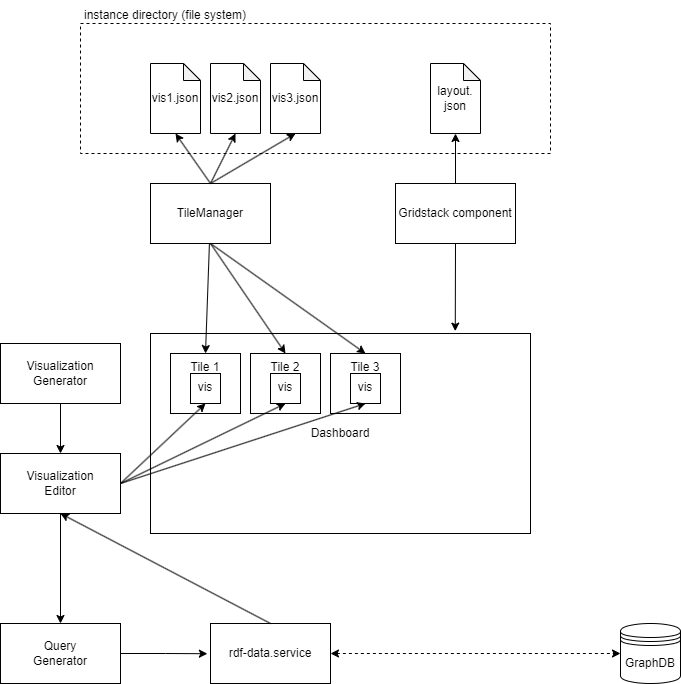
zhzhwei/dashboard keeps this draw.io diagram as doc/images/tla_v2.png. Above is the earlier version. Source tidied: cells renumbered, new cells last; positions are measured from the earlier drawing's top-left corner, leaving out a move shared by most shapes. Source of this version:
```xml
<mxGraphModel>
  <root>
    <mxCell id="0" />
    <mxCell id="1" parent="0" />
    <mxCell id="2" value="Dashboard" style="rounded=0;whiteSpace=wrap;html=1;" parent="1" vertex="1">
      <mxGeometry x="150" y="333" width="380" height="200" as="geometry" />
    </mxCell>
    <mxCell id="3" value="Tile 1" style="rounded=0;whiteSpace=wrap;html=1;verticalAlign=top;" parent="1" vertex="1">
      <mxGeometry x="170" y="353" width="70" height="60" as="geometry" />
    </mxCell>
    <mxCell id="4" value="Tile 2" style="rounded=0;whiteSpace=wrap;html=1;verticalAlign=top;" parent="1" vertex="1">
      <mxGeometry x="250" y="353" width="70" height="60" as="geometry" />
    </mxCell>
    <mxCell id="5" value="Tile 3" style="rounded=0;whiteSpace=wrap;html=1;verticalAlign=top;" parent="1" vertex="1">
      <mxGeometry x="330" y="353" width="70" height="60" as="geometry" />
    </mxCell>
    <mxCell id="6" value="TileManager" style="rounded=0;whiteSpace=wrap;html=1;" parent="1" vertex="1">
      <mxGeometry x="150" y="183" width="120" height="60" as="geometry" />
    </mxCell>
    <mxCell id="7" style="endArrow=classic;html=1;rounded=0;" parent="1" edge="1" source="6">
      <mxGeometry relative="1" as="geometry">
        <mxPoint x="205" y="353" as="targetPoint" />
      </mxGeometry>
    </mxCell>
    <mxCell id="8" style="endArrow=classic;html=1;rounded=0;entryX=0.5;entryY=0;entryDx=0;entryDy=0;exitX=0.5;exitY=1;exitDx=0;exitDy=0;" parent="1" edge="1" source="6" target="4">
      <mxGeometry relative="1" as="geometry" />
    </mxCell>
    <mxCell id="9" style="endArrow=classic;html=1;rounded=0;exitX=0.5;exitY=1;exitDx=0;exitDy=0;entryX=0.5;entryY=0;entryDx=0;entryDy=0;" parent="1" edge="1" source="6" target="5">
      <mxGeometry relative="1" as="geometry" />
    </mxCell>
    <mxCell id="10" value="vis1.json" style="shape=note;whiteSpace=wrap;html=1;backgroundOutline=1;darkOpacity=0.05;size=17;" parent="1" vertex="1">
      <mxGeometry x="150" y="63" width="50" height="70" as="geometry" />
    </mxCell>
    <mxCell id="11" style="rounded=0;whiteSpace=wrap;html=1;fillColor=none;dashed=1;" parent="1" vertex="1">
      <mxGeometry x="80" y="23" width="470" height="130" as="geometry" />
    </mxCell>
    <mxCell id="12" value="vis2.json" style="shape=note;whiteSpace=wrap;html=1;backgroundOutline=1;darkOpacity=0.05;size=17;" parent="1" vertex="1">
      <mxGeometry x="210" y="63" width="50" height="70" as="geometry" />
    </mxCell>
    <mxCell id="13" value="vis3.json" style="shape=note;whiteSpace=wrap;html=1;backgroundOutline=1;darkOpacity=0.05;size=17;" parent="1" vertex="1">
      <mxGeometry x="270" y="63" width="50" height="70" as="geometry" />
    </mxCell>
    <mxCell id="14" style="endArrow=classic;html=1;rounded=0;entryX=0.5;entryY=1;entryDx=0;entryDy=0;exitX=0.5;exitY=0;exitDx=0;exitDy=0;entryPerimeter=0;" parent="1" edge="1" source="6" target="10">
      <mxGeometry relative="1" as="geometry" />
    </mxCell>
    <mxCell id="15" style="endArrow=classic;html=1;rounded=0;entryX=0.5;entryY=1;entryDx=0;entryDy=0;entryPerimeter=0;exitX=0.5;exitY=0;exitDx=0;exitDy=0;" parent="1" edge="1" source="6" target="12">
      <mxGeometry relative="1" as="geometry" />
    </mxCell>
    <mxCell id="16" style="endArrow=classic;html=1;rounded=0;entryX=0.5;entryY=1;entryDx=0;entryDy=0;exitX=0.5;exitY=0;exitDx=0;exitDy=0;entryPerimeter=0;" parent="1" edge="1" source="6" target="13">
      <mxGeometry relative="1" as="geometry" />
    </mxCell>
    <mxCell id="17" value="instance directory (file system)" style="text;html=1;strokeColor=none;fillColor=none;align=center;verticalAlign=middle;whiteSpace=wrap;rounded=0;dashed=1;" parent="1" vertex="1">
      <mxGeometry x="70" width="190" height="30" as="geometry" />
    </mxCell>
    <mxCell id="18" value="layout.&lt;br&gt;json" style="shape=note;whiteSpace=wrap;html=1;backgroundOutline=1;darkOpacity=0.05;size=17;" parent="1" vertex="1">
      <mxGeometry x="430" y="63" width="50" height="70" as="geometry" />
    </mxCell>
    <mxCell id="19" value="Gridstack component" style="rounded=0;whiteSpace=wrap;html=1;fillColor=default;" parent="1" vertex="1">
      <mxGeometry x="395" y="183" width="120" height="60" as="geometry" />
    </mxCell>
    <mxCell id="20" style="endArrow=classic;html=1;rounded=0;entryX=0.5;entryY=1;entryDx=0;entryDy=0;entryPerimeter=0;exitX=0.5;exitY=0;exitDx=0;exitDy=0;" parent="1" edge="1" source="19" target="18">
      <mxGeometry relative="1" as="geometry" />
    </mxCell>
    <mxCell id="21" style="endArrow=classic;html=1;rounded=0;entryX=0.802;entryY=-0.012;entryDx=0;entryDy=0;entryPerimeter=0;exitX=0.5;exitY=1;exitDx=0;exitDy=0;" parent="1" edge="1" source="19" target="2">
      <mxGeometry relative="1" as="geometry" />
    </mxCell>
    <mxCell id="22" value="rdf-data.service" style="rounded=0;whiteSpace=wrap;html=1;fillColor=default;" parent="1" vertex="1">
      <mxGeometry x="210" y="623" width="120" height="60" as="geometry" />
    </mxCell>
    <mxCell id="23" value="GraphDB" style="shape=datastore;whiteSpace=wrap;html=1;fillColor=default;" parent="1" vertex="1">
      <mxGeometry x="620" y="623" width="60" height="60" as="geometry" />
    </mxCell>
    <mxCell id="24" value="vis" style="rounded=0;whiteSpace=wrap;html=1;fillColor=default;verticalAlign=top;" parent="1" vertex="1">
      <mxGeometry x="190" y="373" width="30" height="30" as="geometry" />
    </mxCell>
    <mxCell id="25" value="vis" style="rounded=0;whiteSpace=wrap;html=1;fillColor=default;verticalAlign=top;" parent="1" vertex="1">
      <mxGeometry x="270" y="373" width="30" height="30" as="geometry" />
    </mxCell>
    <mxCell id="26" value="vis" style="rounded=0;whiteSpace=wrap;html=1;fillColor=default;verticalAlign=top;" parent="1" vertex="1">
      <mxGeometry x="350" y="373" width="30" height="30" as="geometry" />
    </mxCell>
    <mxCell id="27" style="endArrow=classic;html=1;rounded=0;entryX=0.5;entryY=1;entryDx=0;entryDy=0;" parent="1" edge="1" target="24">
      <mxGeometry relative="1" as="geometry">
        <mxPoint x="120" y="483" as="sourcePoint" />
      </mxGeometry>
    </mxCell>
    <mxCell id="28" style="endArrow=classic;html=1;rounded=0;entryX=0.5;entryY=1;entryDx=0;entryDy=0;" parent="1" edge="1" target="25">
      <mxGeometry relative="1" as="geometry">
        <mxPoint x="120" y="483" as="sourcePoint" />
      </mxGeometry>
    </mxCell>
    <mxCell id="29" style="endArrow=classic;html=1;rounded=0;entryX=0.5;entryY=1;entryDx=0;entryDy=0;" parent="1" edge="1" target="26">
      <mxGeometry relative="1" as="geometry">
        <mxPoint x="120" y="483" as="sourcePoint" />
      </mxGeometry>
    </mxCell>
    <mxCell id="30" style="edgeStyle=orthogonalEdgeStyle;rounded=0;jettySize=auto;html=1;entryX=0.5;entryY=0;entryDx=0;entryDy=0;" parent="1" edge="1" source="31" target="33">
      <mxGeometry relative="1" as="geometry" />
    </mxCell>
    <mxCell id="31" value="Visualization&lt;br&gt;Editor" style="rounded=0;whiteSpace=wrap;html=1;fillColor=default;verticalAlign=middle;" parent="1" vertex="1">
      <mxGeometry y="453" width="120" height="60" as="geometry" />
    </mxCell>
    <mxCell id="32" style="edgeStyle=orthogonalEdgeStyle;rounded=0;jettySize=auto;html=1;entryX=-0.026;entryY=0.504;entryDx=0;entryDy=0;entryPerimeter=0;" parent="1" edge="1" source="33" target="22">
      <mxGeometry relative="1" as="geometry" />
    </mxCell>
    <mxCell id="33" value="Query&lt;br&gt;Generator" style="rounded=0;whiteSpace=wrap;html=1;fillColor=default;verticalAlign=middle;" parent="1" vertex="1">
      <mxGeometry y="623" width="120" height="60" as="geometry" />
    </mxCell>
    <mxCell id="34" style="endArrow=classic;startArrow=classic;html=1;rounded=0;entryX=0;entryY=0.5;entryDx=0;entryDy=0;exitX=1;exitY=0.5;exitDx=0;exitDy=0;dashed=1;" parent="1" edge="1" source="22" target="23">
      <mxGeometry relative="1" as="geometry" />
    </mxCell>
    <mxCell id="35" style="endArrow=classic;html=1;rounded=0;entryX=0.5;entryY=1;entryDx=0;entryDy=0;exitX=0.5;exitY=0;exitDx=0;exitDy=0;" parent="1" edge="1" source="22" target="31">
      <mxGeometry relative="1" as="geometry" />
    </mxCell>
    <mxCell id="36" style="edgeStyle=orthogonalEdgeStyle;rounded=0;jettySize=auto;html=1;" parent="1" edge="1" source="37" target="31">
      <mxGeometry relative="1" as="geometry" />
    </mxCell>
    <mxCell id="37" value="Visualization&lt;br&gt;Generator" style="rounded=0;whiteSpace=wrap;html=1;fillColor=default;verticalAlign=middle;" parent="1" vertex="1">
      <mxGeometry y="343" width="120" height="60" as="geometry" />
    </mxCell>
  </root>
</mxGraphModel>
```
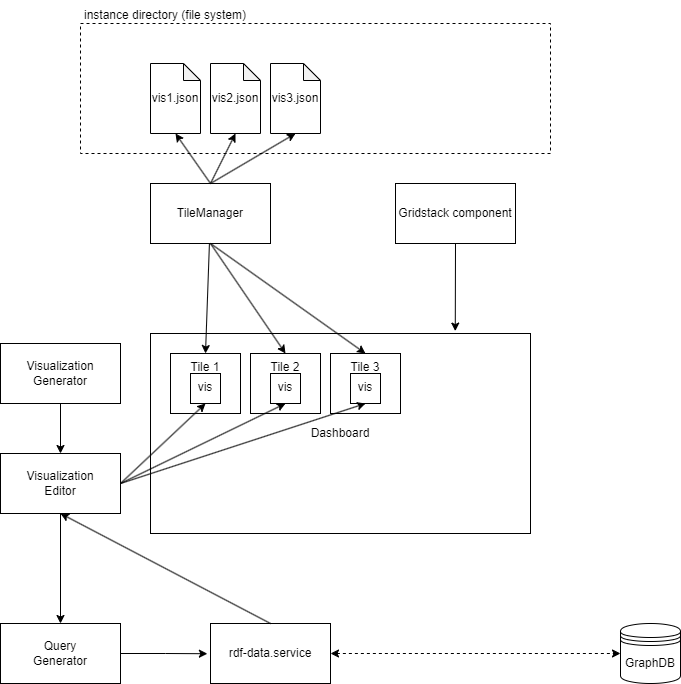
The same diagram one commit later.

Diff of the diagram source:
```diff
@@ -52,15 +52,9 @@
     <mxCell id="17" value="instance directory (file system)" style="text;html=1;strokeColor=none;fillColor=none;align=center;verticalAlign=middle;whiteSpace=wrap;rounded=0;dashed=1;" parent="1" vertex="1">
       <mxGeometry x="70" width="190" height="30" as="geometry" />
     </mxCell>
-    <mxCell id="18" value="layout.&lt;br&gt;json" style="shape=note;whiteSpace=wrap;html=1;backgroundOutline=1;darkOpacity=0.05;size=17;" parent="1" vertex="1">
-      <mxGeometry x="430" y="63" width="50" height="70" as="geometry" />
-    </mxCell>
     <mxCell id="19" value="Gridstack component" style="rounded=0;whiteSpace=wrap;html=1;fillColor=default;" parent="1" vertex="1">
       <mxGeometry x="395" y="183" width="120" height="60" as="geometry" />
     </mxCell>
-    <mxCell id="20" style="endArrow=classic;html=1;rounded=0;entryX=0.5;entryY=1;entryDx=0;entryDy=0;entryPerimeter=0;exitX=0.5;exitY=0;exitDx=0;exitDy=0;" parent="1" edge="1" source="19" target="18">
-      <mxGeometry relative="1" as="geometry" />
-    </mxCell>
     <mxCell id="21" style="endArrow=classic;html=1;rounded=0;entryX=0.802;entryY=-0.012;entryDx=0;entryDy=0;entryPerimeter=0;exitX=0.5;exitY=1;exitDx=0;exitDy=0;" parent="1" edge="1" source="19" target="2">
       <mxGeometry relative="1" as="geometry" />
     </mxCell>
```
